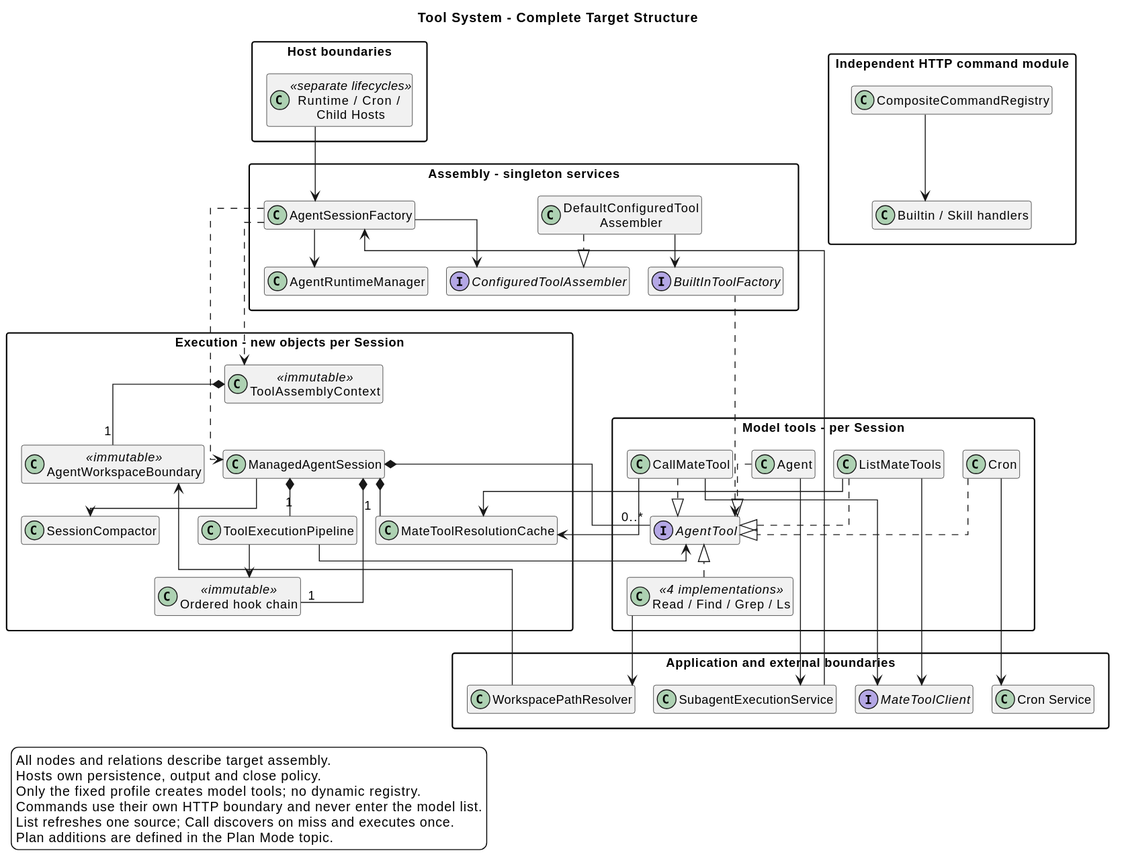
Earlier version of the PlantUML export 01-总体架构/02-CampusClaw工具系统/tool_system_architecture.svg (ssm0808/pi-mono-java-design).
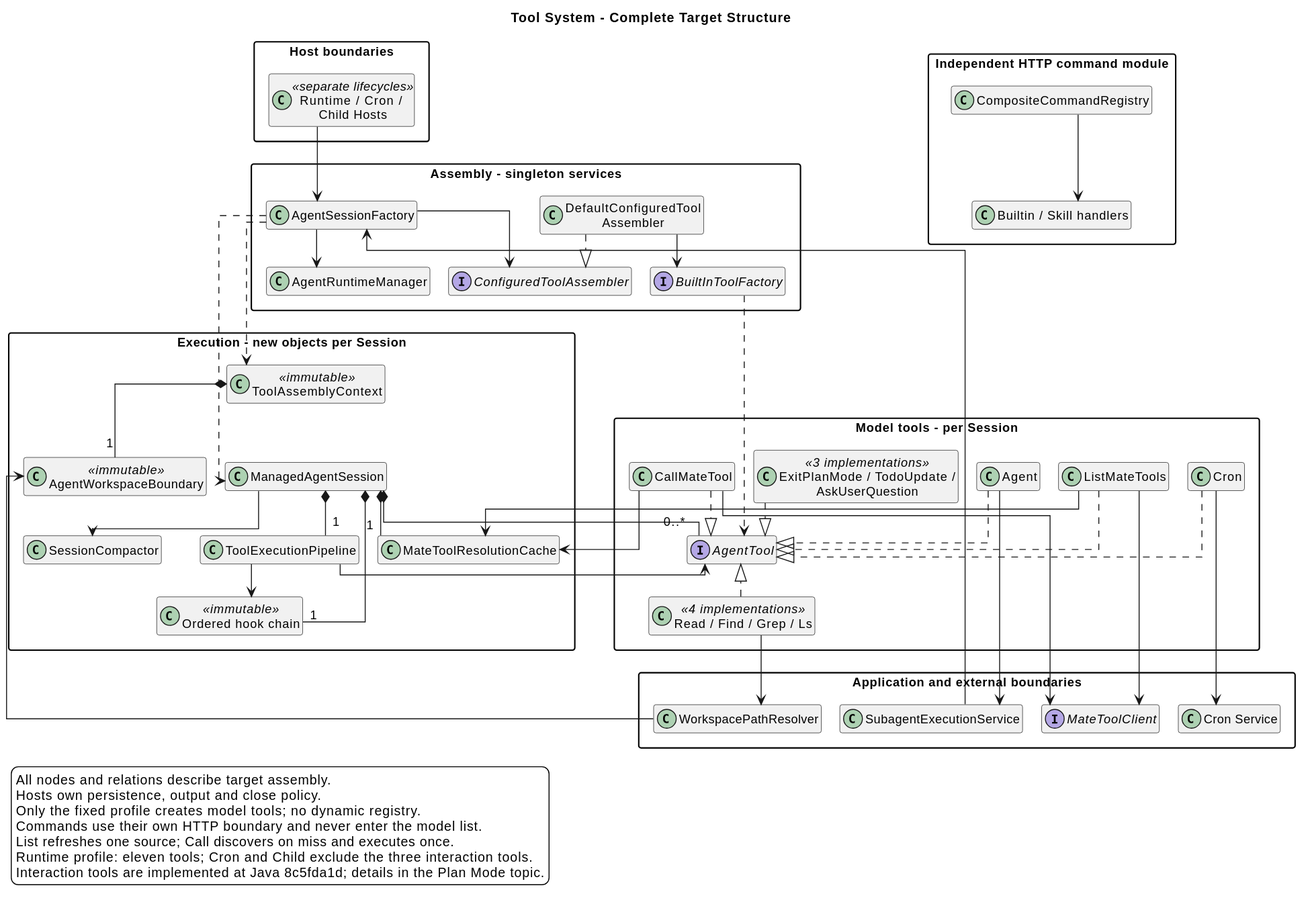
Later version of the same file.

What changed in the source:
```diff
@@ -33,6 +33,7 @@
 }
 package "Model tools - per Session" {
   interface "AgentTool" as Tool
+  class "ExitPlanMode / TodoUpdate /\nAskUserQuestion" as InteractionTools <<3 implementations>>
   class "Read / Find / Grep / Ls" as Local <<4 implementations>>
   class "ListMateTools" as List
   class "CallMateTool" as Call
@@ -70,6 +71,7 @@
 Call ..|> Tool
 Cron ..|> Tool
 ChildTool ..|> Tool
+InteractionTools ..|> Tool
 Local --> Resolver
 Resolver --> Workspace
 List --> Mate
@@ -89,7 +91,8 @@
 Only the fixed profile creates model tools; no dynamic registry.
 Commands use their own HTTP boundary and never enter the model list.
 List refreshes one source; Call discovers on miss and executes once.
-Plan additions are defined in the Plan Mode topic.
+Runtime profile: eleven tools; Cron and Child exclude the three interaction tools.
+Interaction tools are implemented at Java 8c5fda1d; details in the Plan Mode topic.
 endlegend
 Factory -[hidden]down-> Assembler
 Assembler -[hidden]down-> Context
```
